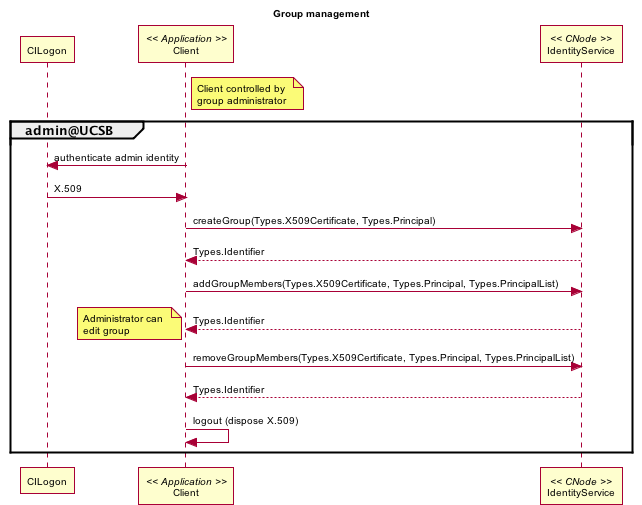
Earlier version of the PlantUML export source/design/images/ident_03.png (datadavev/DataONE_architecture). Source of this version:
```plantuml
@startuml images/ident_03.png
skinparam activityFontColor black
skinparam activityFontSize 10
skinparam activityFontName arial
skinparam activityArrowFontColor black
skinparam activityArrowFontSize 10
skinparam activityArrowFontName arial
skinparam classArrowFontColor black
skinparam classArrowFontSize 10
skinparam classArrowFontName arial
skinparam classAttributeFontColor black
skinparam classAttributeFontSize 10
skinparam classAttributeFontName arial
skinparam classFontColor black
skinparam classFontSize 10
skinparam classFontName arial
skinparam componentFontColor black
skinparam componentFontSize 10
skinparam componentFontName arial
skinparam componentArrowFontColor black
skinparam componentArrowFontSize 10
skinparam componentArrowFontName arial
skinparam noteFontColor black
skinparam noteFontSize 10
skinparam noteFontName arial
skinparam packageFontColor black
skinparam packageFontSize 10
skinparam packageFontName arial
skinparam sequenceActorFontColor black
skinparam sequenceActorFontSize 10
skinparam sequenceActorFontName arial
skinparam sequenceArrowFontColor black
skinparam sequenceArrowFontSize 10
skinparam sequenceArrowFontName arial
skinparam sequenceGroupingFontColor black
skinparam sequenceGroupingFontSize 10
skinparam sequenceGroupingFontName arial
skinparam sequenceGroupingHeaderFontColor black
skinparam sequenceGroupingHeaderFontSize 10
skinparam sequenceGroupingHeaderFontName arial
skinparam sequenceParticipantFontColor black
skinparam sequenceParticipantFontSize 10
skinparam sequenceParticipantFontName arial
skinparam sequenceTitleFontColor black
skinparam sequenceTitleFontSize 10
skinparam sequenceTitleFontName arial
skinparam titleFontColor black
skinparam titleFontSize 10
skinparam titleFontName arial
skinparam usecaseFontColor black
skinparam usecaseFontSize 7
skinparam usecaseFontName arial
skinparam usecaseActorFontColor black
skinparam usecaseActorFontSize 7
skinparam usecaseActorFontName arial
skinparam usecaseArrowFontColor black
skinparam usecaseArrowFontSize 7
skinparam usecaseArrowFontName arial
title Group management
participant "CILogon" as cilogon
participant "Client" as client << Application >>
	note right of client
		Client controlled by
		group administrator
	end note
participant "IdentityService" as ident << CNode >>

group admin@UCSB
	client -> cilogon:authenticate admin identity
	client <- cilogon: X.509
	client -> ident: createGroup(Types.X509Certificate, Types.Principal)
	ident --> client: Types.Identifier
	client -> ident: addGroupMembers(Types.X509Certificate, Types.Principal, Types.PrincipalList)
	ident --> client: Types.Identifier
	note left
		Administrator can
		edit group
	end note
	client -> ident: removeGroupMembers(Types.X509Certificate, Types.Principal, Types.PrincipalList)
	ident --> client: Types.Identifier
	client -> client:logout (dispose X.509)
end

   @enduml
```
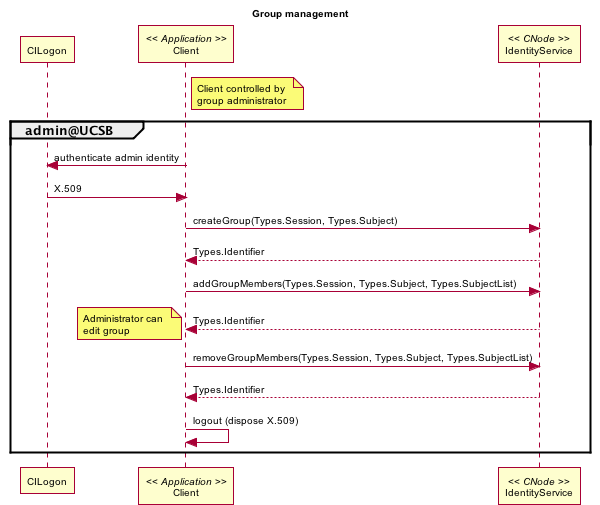
Above is the later version.

Commit message:
update diagrams to reflect new types

Change to the diagram source:
```diff
@@ -68,15 +68,15 @@
 group admin@UCSB
 	client -> cilogon:authenticate admin identity
 	client <- cilogon: X.509
-	client -> ident: createGroup(Types.X509Certificate, Types.Principal)
+	client -> ident: createGroup(Types.Session, Types.Subject)
 	ident --> client: Types.Identifier
-	client -> ident: addGroupMembers(Types.X509Certificate, Types.Principal, Types.PrincipalList)
+	client -> ident: addGroupMembers(Types.Session, Types.Subject, Types.SubjectList)
 	ident --> client: Types.Identifier
 	note left
 		Administrator can
 		edit group
 	end note
-	client -> ident: removeGroupMembers(Types.X509Certificate, Types.Principal, Types.PrincipalList)
+	client -> ident: removeGroupMembers(Types.Session, Types.Subject, Types.SubjectList)
 	ident --> client: Types.Identifier
 	client -> client:logout (dispose X.509)
 end
```
